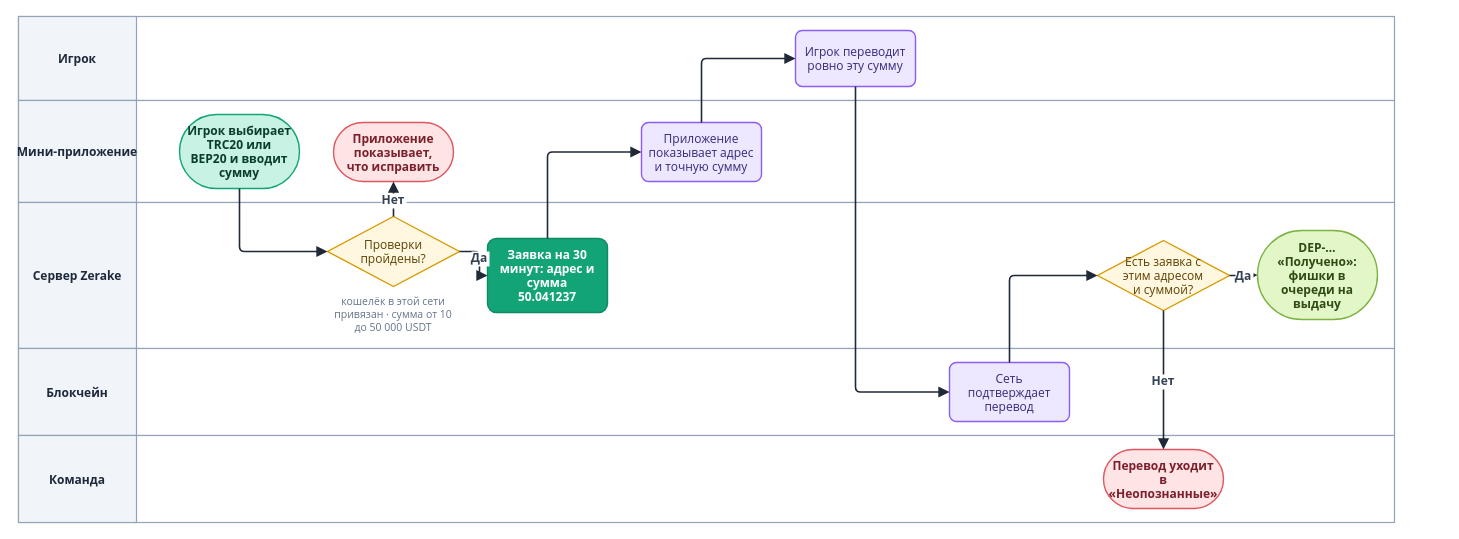
Earlier version of the draw.io diagram diagrams/drawio/deposit-request.drawio (LILSUFFER/zerake-docs). Source tidied: cells renumbered, new cells numbered last; positions are measured from the earlier drawing's top-left corner, leaving out a move shared by most shapes. Both pictures are drawn from the tidied source at 100%, with x=0, y=0 at pixel (18, 16).
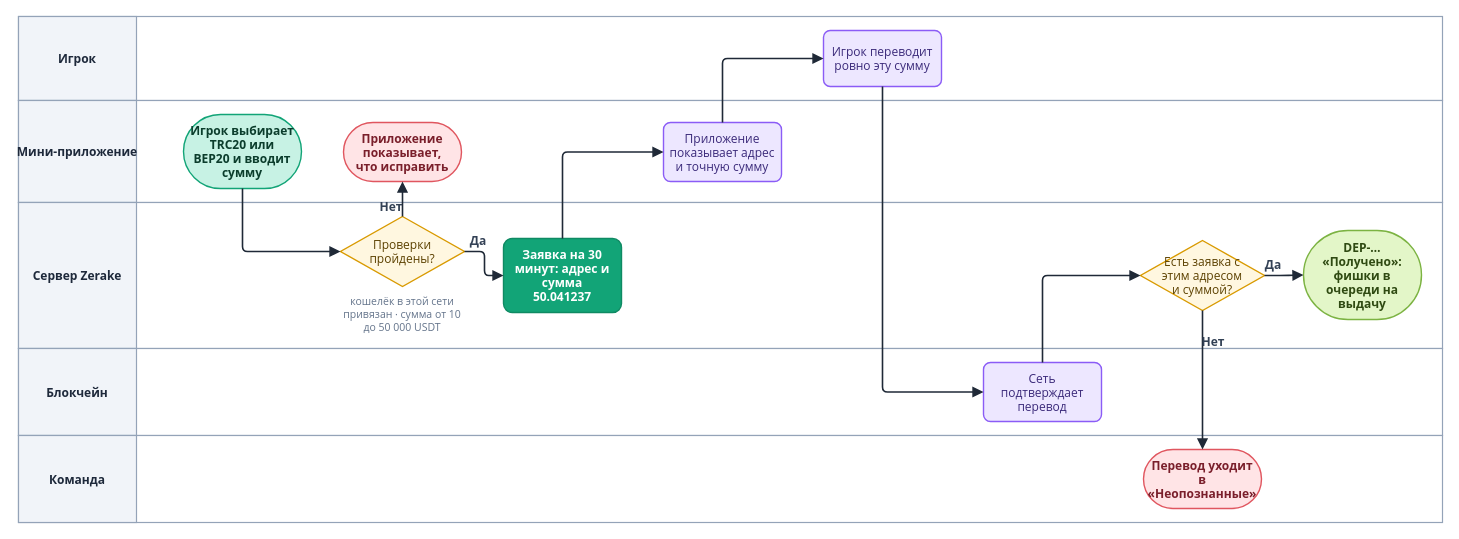
After the change.

The edit, as a diff of the source:
```diff
@@
     <mxCell id="2" style="rounded=0;html=0;fillColor=#FFFFFF;strokeColor=#94A3B8;strokeWidth=1.2;" parent="1" vertex="1">
-      <mxGeometry width="1376" height="84" as="geometry" />
+      <mxGeometry width="1424" height="84" as="geometry" />
     </mxCell>
@@
     <mxCell id="4" style="rounded=0;html=0;fillColor=#FFFFFF;strokeColor=#94A3B8;strokeWidth=1.2;" parent="1" vertex="1">
-      <mxGeometry y="84" width="1376" height="102" as="geometry" />
+      <mxGeometry y="84" width="1424" height="102" as="geometry" />
     </mxCell>
@@
     <mxCell id="6" style="rounded=0;html=0;fillColor=#FFFFFF;strokeColor=#94A3B8;strokeWidth=1.2;" parent="1" vertex="1">
-      <mxGeometry y="186" width="1376" height="146" as="geometry" />
+      <mxGeometry y="186" width="1424" height="146" as="geometry" />
     </mxCell>
@@
     <mxCell id="8" style="rounded=0;html=0;fillColor=#FFFFFF;strokeColor=#94A3B8;strokeWidth=1.2;" parent="1" vertex="1">
-      <mxGeometry y="332" width="1376" height="87" as="geometry" />
+      <mxGeometry y="332" width="1424" height="87" as="geometry" />
     </mxCell>
@@
     <mxCell id="10" style="rounded=0;html=0;fillColor=#FFFFFF;strokeColor=#94A3B8;strokeWidth=1.2;" parent="1" vertex="1">
-      <mxGeometry y="419" width="1376" height="87" as="geometry" />
+      <mxGeometry y="419" width="1424" height="87" as="geometry" />
     </mxCell>
@@
     <mxCell id="12" value="Игрок выбирает&#10;TRC20 или&#10;BEP20 и вводит&#10;сумму" style="rounded=1;arcSize=50;html=0;fontStyle=1;fillColor=#C7F2E4;strokeColor=#12A477;fontColor=#0B3D2C;fontFamily=Segoe UI;fontSize=12;strokeWidth=1.4;" parent="1" vertex="1">
-      <mxGeometry x="161" y="98" width="120" height="74" as="geometry" />
+      <mxGeometry x="165" y="98" width="118" height="74" as="geometry" />
     </mxCell>
     <mxCell id="13" value="кошелёк в этой сети&#10;привязан · сумма от 10&#10;до 50 000 USDT" style="text;html=0;align=center;verticalAlign=top;fontFamily=Segoe UI;fontSize=10.5;fontColor=#64748B;" parent="1" vertex="1">
-      <mxGeometry x="289" y="272" width="172" height="48" as="geometry" />
+      <mxGeometry x="302" y="272" width="164" height="48" as="geometry" />
     </mxCell>
     <mxCell id="14" value="Проверки&#10;пройдены?" style="rhombus;html=0;fillColor=#FFF7E0;strokeColor=#D99A00;fontColor=#5C4100;fontFamily=Segoe UI;fontSize=12;strokeWidth=1.4;" parent="1" vertex="1">
-      <mxGeometry x="309" y="200" width="132" height="70" as="geometry" />
+      <mxGeometry x="322" y="200" width="124" height="70" as="geometry" />
     </mxCell>
     <mxCell id="15" value="Приложение&#10;показывает,&#10;что исправить" style="rounded=1;arcSize=50;html=0;fontStyle=1;fillColor=#FFE4E6;strokeColor=#E0565F;fontColor=#7A1F2B;fontFamily=Segoe UI;fontSize=12;strokeWidth=1.4;" parent="1" vertex="1">
-      <mxGeometry x="315" y="106" width="120" height="59" as="geometry" />
+      <mxGeometry x="325" y="106" width="118" height="59" as="geometry" />
     </mxCell>
     <mxCell id="16" value="Заявка на 30&#10;минут: адрес и&#10;сумма&#10;50.041237" style="rounded=1;arcSize=12;html=0;fillColor=#12A477;strokeColor=#0F8A63;fontColor=#FFFFFF;fontStyle=1;fontFamily=Segoe UI;fontSize=12;strokeWidth=1.4;" parent="1" vertex="1">
-      <mxGeometry x="469" y="222" width="120" height="74" as="geometry" />
+      <mxGeometry x="485" y="222" width="118" height="74" as="geometry" />
     </mxCell>
     <mxCell id="17" value="Приложение&#10;показывает адрес&#10;и точную сумму" style="rounded=1;arcSize=12;html=0;fillColor=#EDE7FF;strokeColor=#8B5CF6;fontColor=#3B2A7A;fontFamily=Segoe UI;fontSize=12;strokeWidth=1.4;" parent="1" vertex="1">
-      <mxGeometry x="623" y="106" width="120" height="59" as="geometry" />
+      <mxGeometry x="645" y="106" width="118" height="59" as="geometry" />
     </mxCell>
     <mxCell id="18" value="Игрок переводит&#10;ровно эту сумму" style="rounded=1;arcSize=12;html=0;fillColor=#EDE7FF;strokeColor=#8B5CF6;fontColor=#3B2A7A;fontFamily=Segoe UI;fontSize=12;strokeWidth=1.4;" parent="1" vertex="1">
-      <mxGeometry x="777" y="14" width="120" height="56" as="geometry" />
+      <mxGeometry x="805" y="14" width="118" height="56" as="geometry" />
     </mxCell>
     <mxCell id="19" value="Сеть&#10;подтверждает&#10;перевод" style="rounded=1;arcSize=12;html=0;fillColor=#EDE7FF;strokeColor=#8B5CF6;fontColor=#3B2A7A;fontFamily=Segoe UI;fontSize=12;strokeWidth=1.4;" parent="1" vertex="1">
-      <mxGeometry x="931" y="346" width="120" height="59" as="geometry" />
+      <mxGeometry x="965" y="346" width="118" height="59" as="geometry" />
     </mxCell>
     <mxCell id="20" value="Есть заявка с&#10;этим адресом&#10;и суммой?" style="rhombus;html=0;fillColor=#FFF7E0;strokeColor=#D99A00;fontColor=#5C4100;fontFamily=Segoe UI;fontSize=12;strokeWidth=1.4;" parent="1" vertex="1">
-      <mxGeometry x="1079" y="224" width="132" height="70" as="geometry" />
+      <mxGeometry x="1122" y="224" width="124" height="70" as="geometry" />
     </mxCell>
     <mxCell id="21" value="Перевод уходит&#10;в&#10;«Неопознанные»" style="rounded=1;arcSize=50;html=0;fontStyle=1;fillColor=#FFE4E6;strokeColor=#E0565F;fontColor=#7A1F2B;fontFamily=Segoe UI;fontSize=12;strokeWidth=1.4;" parent="1" vertex="1">
-      <mxGeometry x="1085" y="433" width="120" height="59" as="geometry" />
+      <mxGeometry x="1125" y="433" width="118" height="59" as="geometry" />
     </mxCell>
     <mxCell id="22" value="DEP-…&#10;«Получено»:&#10;фишки в&#10;очереди на&#10;выдачу" style="rounded=1;arcSize=50;html=0;fontStyle=1;fillColor=#E3F6C8;strokeColor=#7CB342;fontColor=#2F4A12;fontFamily=Segoe UI;fontSize=12;strokeWidth=1.4;" parent="1" vertex="1">
-      <mxGeometry x="1239" y="214" width="120" height="89" as="geometry" />
+      <mxGeometry x="1285" y="214" width="118" height="89" as="geometry" />
     </mxCell>
-    <mxCell id="23" style="edgeStyle=orthogonalEdgeStyle;rounded=1;arcSize=10;jettySize=auto;html=0;strokeColor=#1F2937;strokeWidth=1.6;endArrow=block;endFill=1;endSize=7;fontFamily=Segoe UI;fontSize=12;fontStyle=1;fontColor=#334155;labelBackgroundColor=#FFFFFF;exitX=0.5;exitY=1;entryX=0;entryY=0.5;" parent="1" edge="1" source="12" target="14">
+    <mxCell id="23" style="edgeStyle=orthogonalEdgeStyle;rounded=1;arcSize=10;jettySize=auto;html=0;strokeColor=#1F2937;strokeWidth=1.6;endArrow=block;endFill=1;endSize=7;fontFamily=Segoe UI;fontSize=12;fontStyle=1;fontColor=#334155;labelBackgroundColor=none;exitX=0.5;exitY=1;entryX=0;entryY=0.5;" parent="1" edge="1" source="12" target="14">
       <mxGeometry relative="1" as="geometry" />
     </mxCell>
-    <mxCell id="24" value="Нет" style="edgeStyle=orthogonalEdgeStyle;rounded=1;arcSize=10;jettySize=auto;html=0;strokeColor=#1F2937;strokeWidth=1.6;endArrow=block;endFill=1;endSize=7;fontFamily=Segoe UI;fontSize=12;fontStyle=1;fontColor=#334155;labelBackgroundColor=#FFFFFF;" parent="1" edge="1" source="14" target="15">
-      <mxGeometry relative="1" as="geometry" />
+    <mxCell id="24" value="Нет" style="edgeStyle=orthogonalEdgeStyle;rounded=1;arcSize=10;jettySize=auto;html=0;strokeColor=#1F2937;strokeWidth=1.6;endArrow=block;endFill=1;endSize=7;fontFamily=Segoe UI;fontSize=12;fontStyle=1;fontColor=#334155;labelBackgroundColor=none;" parent="1" edge="1" source="14" target="15">
+      <mxGeometry x="-0.55" y="11" relative="1" as="geometry" />
     </mxCell>
-    <mxCell id="25" value="Да" style="edgeStyle=orthogonalEdgeStyle;rounded=1;arcSize=10;jettySize=auto;html=0;strokeColor=#1F2937;strokeWidth=1.6;endArrow=block;endFill=1;endSize=7;fontFamily=Segoe UI;fontSize=12;fontStyle=1;fontColor=#334155;labelBackgroundColor=#FFFFFF;" parent="1" edge="1" source="14" target="16">
-      <mxGeometry relative="1" as="geometry" />
+    <mxCell id="25" value="Да" style="edgeStyle=orthogonalEdgeStyle;rounded=1;arcSize=10;jettySize=auto;html=0;strokeColor=#1F2937;strokeWidth=1.6;endArrow=block;endFill=1;endSize=7;fontFamily=Segoe UI;fontSize=12;fontStyle=1;fontColor=#334155;labelBackgroundColor=none;" parent="1" edge="1" source="14" target="16">
+      <mxGeometry x="-0.55" y="11" relative="1" as="geometry" />
     </mxCell>
-    <mxCell id="26" style="edgeStyle=orthogonalEdgeStyle;rounded=1;arcSize=10;jettySize=auto;html=0;strokeColor=#1F2937;strokeWidth=1.6;endArrow=block;endFill=1;endSize=7;fontFamily=Segoe UI;fontSize=12;fontStyle=1;fontColor=#334155;labelBackgroundColor=#FFFFFF;exitX=0.5;exitY=0;entryX=0;entryY=0.5;" parent="1" edge="1" source="16" target="17">
+    <mxCell id="26" style="edgeStyle=orthogonalEdgeStyle;rounded=1;arcSize=10;jettySize=auto;html=0;strokeColor=#1F2937;strokeWidth=1.6;endArrow=block;endFill=1;endSize=7;fontFamily=Segoe UI;fontSize=12;fontStyle=1;fontColor=#334155;labelBackgroundColor=none;exitX=0.5;exitY=0;entryX=0;entryY=0.5;" parent="1" edge="1" source="16" target="17">
       <mxGeometry relative="1" as="geometry" />
     </mxCell>
-    <mxCell id="27" style="edgeStyle=orthogonalEdgeStyle;rounded=1;arcSize=10;jettySize=auto;html=0;strokeColor=#1F2937;strokeWidth=1.6;endArrow=block;endFill=1;endSize=7;fontFamily=Segoe UI;fontSize=12;fontStyle=1;fontColor=#334155;labelBackgroundColor=#FFFFFF;exitX=0.5;exitY=0;entryX=0;entryY=0.5;" parent="1" edge="1" source="17" target="18">
+    <mxCell id="27" style="edgeStyle=orthogonalEdgeStyle;rounded=1;arcSize=10;jettySize=auto;html=0;strokeColor=#1F2937;strokeWidth=1.6;endArrow=block;endFill=1;endSize=7;fontFamily=Segoe UI;fontSize=12;fontStyle=1;fontColor=#334155;labelBackgroundColor=none;exitX=0.5;exitY=0;entryX=0;entryY=0.5;" parent="1" edge="1" source="17" target="18">
       <mxGeometry relative="1" as="geometry" />
     </mxCell>
-    <mxCell id="28" style="edgeStyle=orthogonalEdgeStyle;rounded=1;arcSize=10;jettySize=auto;html=0;strokeColor=#1F2937;strokeWidth=1.6;endArrow=block;endFill=1;endSize=7;fontFamily=Segoe UI;fontSize=12;fontStyle=1;fontColor=#334155;labelBackgroundColor=#FFFFFF;exitX=0.5;exitY=1;entryX=0;entryY=0.5;" parent="1" edge="1" source="18" target="19">
+    <mxCell id="28" style="edgeStyle=orthogonalEdgeStyle;rounded=1;arcSize=10;jettySize=auto;html=0;strokeColor=#1F2937;strokeWidth=1.6;endArrow=block;endFill=1;endSize=7;fontFamily=Segoe UI;fontSize=12;fontStyle=1;fontColor=#334155;labelBackgroundColor=none;exitX=0.5;exitY=1;entryX=0;entryY=0.5;" parent="1" edge="1" source="18" target="19">
       <mxGeometry relative="1" as="geometry" />
     </mxCell>
-    <mxCell id="29" style="edgeStyle=orthogonalEdgeStyle;rounded=1;arcSize=10;jettySize=auto;html=0;strokeColor=#1F2937;strokeWidth=1.6;endArrow=block;endFill=1;endSize=7;fontFamily=Segoe UI;fontSize=12;fontStyle=1;fontColor=#334155;labelBackgroundColor=#FFFFFF;exitX=0.5;exitY=0;entryX=0;entryY=0.5;" parent="1" edge="1" source="19" target="20">
+    <mxCell id="29" style="edgeStyle=orthogonalEdgeStyle;rounded=1;arcSize=10;jettySize=auto;html=0;strokeColor=#1F2937;strokeWidth=1.6;endArrow=block;endFill=1;endSize=7;fontFamily=Segoe UI;fontSize=12;fontStyle=1;fontColor=#334155;labelBackgroundColor=none;exitX=0.5;exitY=0;entryX=0;entryY=0.5;" parent="1" edge="1" source="19" target="20">
       <mxGeometry relative="1" as="geometry" />
     </mxCell>
-    <mxCell id="30" value="Нет" style="edgeStyle=orthogonalEdgeStyle;rounded=1;arcSize=10;jettySize=auto;html=0;strokeColor=#1F2937;strokeWidth=1.6;endArrow=block;endFill=1;endSize=7;fontFamily=Segoe UI;fontSize=12;fontStyle=1;fontColor=#334155;labelBackgroundColor=#FFFFFF;" parent="1" edge="1" source="20" target="21">
-      <mxGeometry relative="1" as="geometry" />
+    <mxCell id="30" value="Нет" style="edgeStyle=orthogonalEdgeStyle;rounded=1;arcSize=10;jettySize=auto;html=0;strokeColor=#1F2937;strokeWidth=1.6;endArrow=block;endFill=1;endSize=7;fontFamily=Segoe UI;fontSize=12;fontStyle=1;fontColor=#334155;labelBackgroundColor=none;" parent="1" edge="1" source="20" target="21">
+      <mxGeometry x="-0.55" y="11" relative="1" as="geometry" />
     </mxCell>
-    <mxCell id="31" value="Да" style="edgeStyle=orthogonalEdgeStyle;rounded=1;arcSize=10;jettySize=auto;html=0;strokeColor=#1F2937;strokeWidth=1.6;endArrow=block;endFill=1;endSize=7;fontFamily=Segoe UI;fontSize=12;fontStyle=1;fontColor=#334155;labelBackgroundColor=#FFFFFF;" parent="1" edge="1" source="20" target="22">
-      <mxGeometry relative="1" as="geometry" />
+    <mxCell id="31" value="Да" style="edgeStyle=orthogonalEdgeStyle;rounded=1;arcSize=10;jettySize=auto;html=0;strokeColor=#1F2937;strokeWidth=1.6;endArrow=block;endFill=1;endSize=7;fontFamily=Segoe UI;fontSize=12;fontStyle=1;fontColor=#334155;labelBackgroundColor=none;" parent="1" edge="1" source="20" target="22">
+      <mxGeometry x="-0.55" y="11" relative="1" as="geometry" />
     </mxCell>
```
